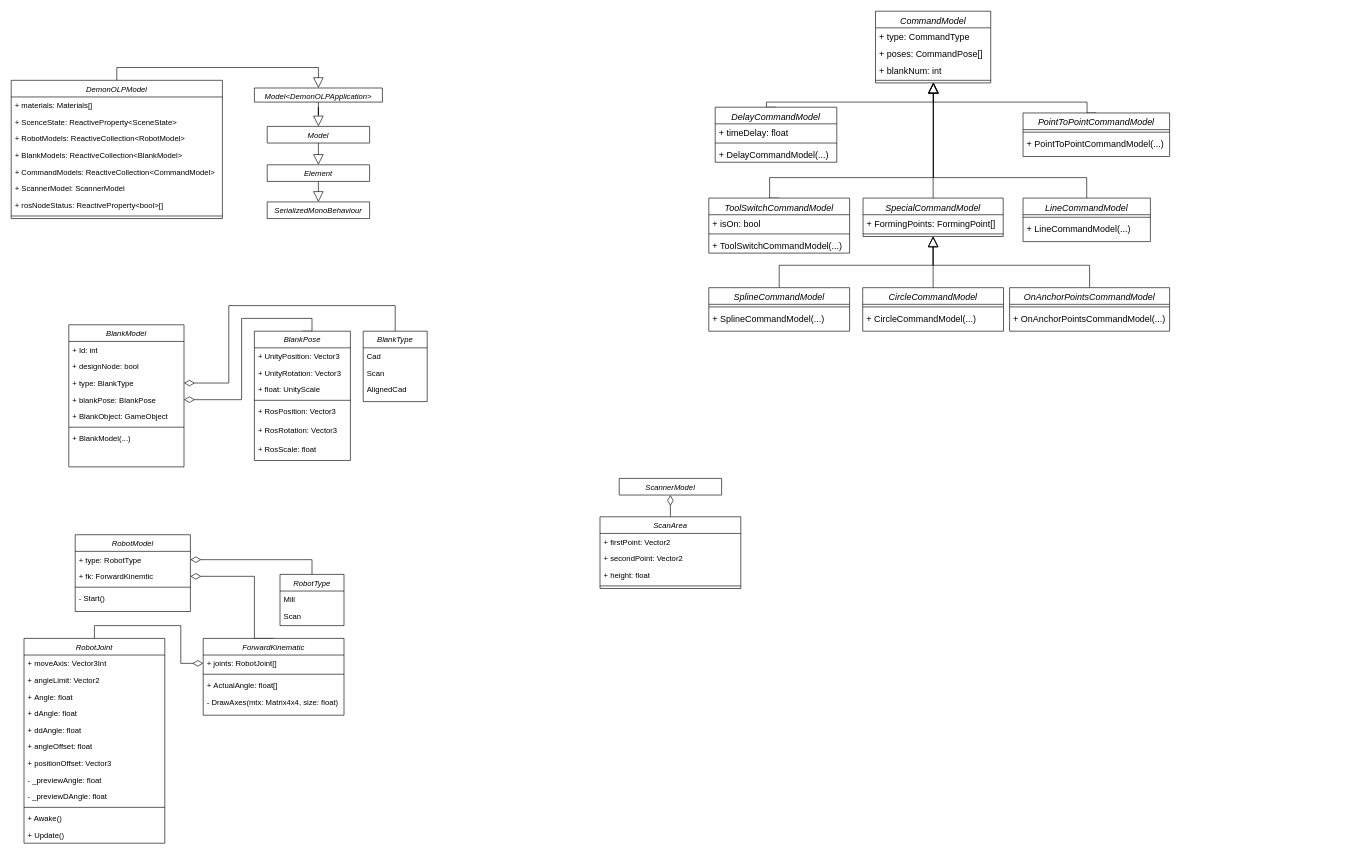
Before: UIElementsSchema/Диаграмма без названия.drawio in zik-888/DemonOLP, a draw.io diagram. Source tidied: cells renumbered, new cells numbered last; positions are measured from the earlier drawing's top-left corner, leaving out a move shared by most shapes. Both pictures are drawn from the tidied source at 64%, with x=0, y=0 at pixel (11, 11).
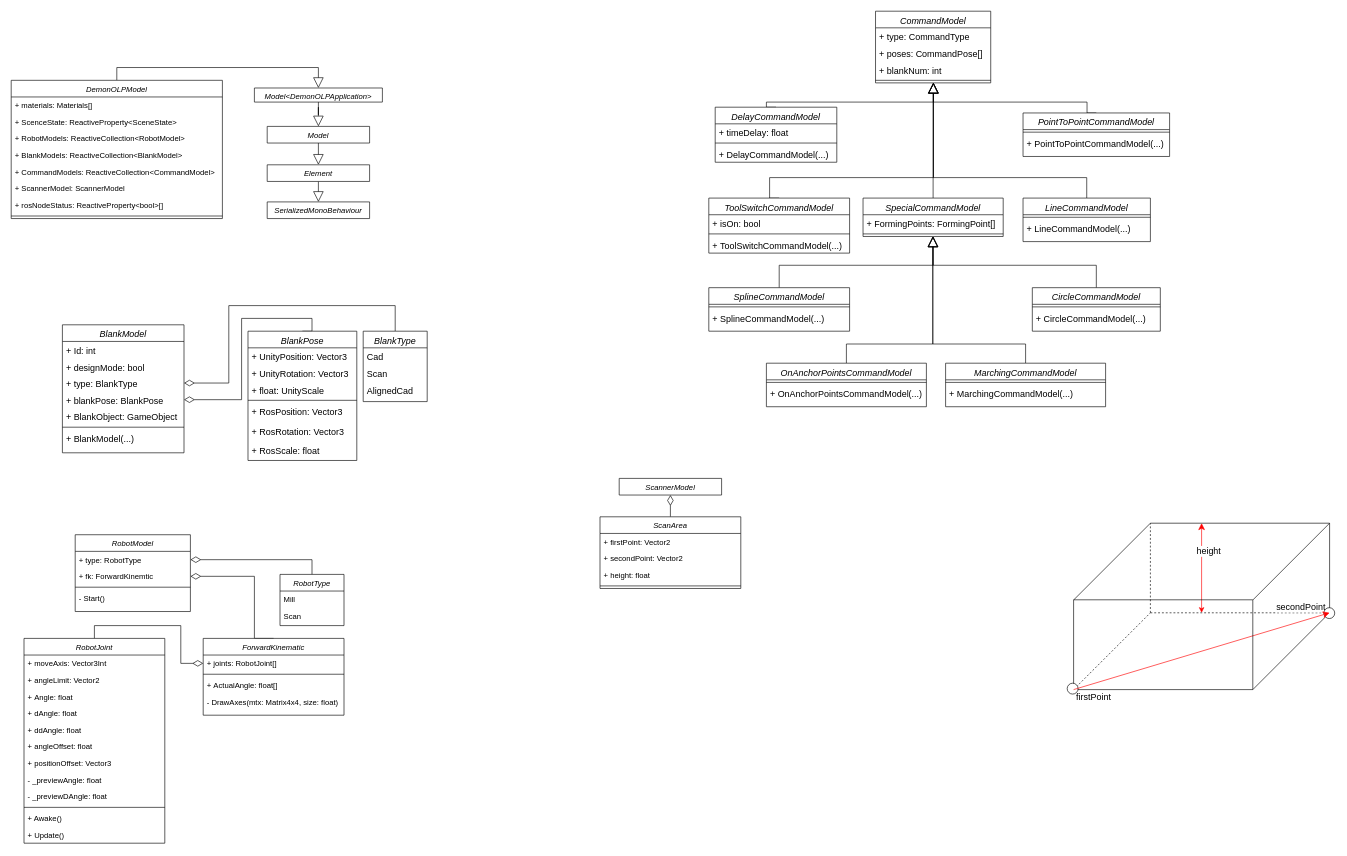
The same page after the edit.

Unchanged cells that the change refers to:
```xml
<mxCell id="37" value="SpecialCommandModel" style="swimlane;fontStyle=2;align=center;verticalAlign=top;horizontal=1;startSize=26;rounded=0;shadow=0;strokeWidth=1;fontSize=14;" parent="1" vertex="1">
  <mxGeometry x="1331" y="292" width="219" height="60" as="geometry" />
</mxCell>
```

Diff of the diagram source:
```diff
@@
+    <mxCell id="116" style="endArrow=classic;startArrow=classic;html=1;fontSize=14;fontColor=#FF3E17;endSize=8;strokeColor=#FF0000;" parent="1" edge="1">
+      <mxGeometry relative="1" as="geometry">
+        <mxPoint x="1860" y="940" as="sourcePoint" />
+        <mxPoint x="1860" y="800" as="targetPoint" />
+      </mxGeometry>
+    </mxCell>
+    <mxCell id="117" value="&lt;font color=&quot;#000000&quot;&gt;height&lt;/font&gt;" style="edgeLabel;html=1;align=center;verticalAlign=middle;fontSize=14;fontColor=#FF3E17;" parent="116" vertex="1">
+      <mxGeometry x="0.35" y="2" relative="1" as="geometry">
+        <mxPoint x="12" y="-2" as="offset" />
+      </mxGeometry>
+    </mxCell>
+    <mxCell id="118" style="endArrow=none;dashed=1;html=1;fontSize=14;endSize=14;" parent="1" edge="1">
+      <mxGeometry relative="1" as="geometry">
+        <mxPoint x="1780" y="940" as="sourcePoint" />
+        <mxPoint x="2060" y="940" as="targetPoint" />
+      </mxGeometry>
+    </mxCell>
+    <mxCell id="119" value="&lt;font color=&quot;#000000&quot;&gt;secondPoint&lt;/font&gt;" style="edgeLabel;html=1;align=center;verticalAlign=middle;fontSize=14;fontColor=#FF3E17;" parent="118" vertex="1">
+      <mxGeometry x="0.67" y="-2" relative="1" as="geometry">
+        <mxPoint y="-12" as="offset" />
+      </mxGeometry>
+    </mxCell>
+    <mxCell id="120" style="endArrow=none;dashed=1;html=1;fontSize=14;endSize=14;" parent="1" edge="1">
+      <mxGeometry relative="1" as="geometry">
+        <mxPoint x="1660" y="1060" as="sourcePoint" />
+        <mxPoint x="1780" y="940" as="targetPoint" />
+      </mxGeometry>
+    </mxCell>
+    <mxCell id="121" style="endArrow=none;html=1;fontSize=14;endSize=14;" parent="1" edge="1">
+      <mxGeometry relative="1" as="geometry">
+        <mxPoint x="1660" y="1060" as="sourcePoint" />
+        <mxPoint x="1940" y="1060" as="targetPoint" />
+      </mxGeometry>
+    </mxCell>
+    <mxCell id="122" value="&lt;font color=&quot;#000000&quot;&gt;firstPoint&lt;/font&gt;" style="edgeLabel;html=1;align=center;verticalAlign=middle;fontSize=14;fontColor=#FF3E17;" parent="121" vertex="1">
+      <mxGeometry x="-0.81" y="-2" relative="1" as="geometry">
+        <mxPoint x="3" y="9" as="offset" />
+      </mxGeometry>
+    </mxCell>
+    <mxCell id="123" style="endArrow=none;html=1;fontSize=14;fontColor=#FF3E17;endSize=8;strokeColor=#000000;" parent="1" edge="1">
+      <mxGeometry relative="1" as="geometry">
+        <mxPoint x="1660" y="1060" as="sourcePoint" />
+        <mxPoint x="1660" y="920" as="targetPoint" />
+      </mxGeometry>
+    </mxCell>
+    <mxCell id="124" style="endArrow=none;html=1;fontSize=14;endSize=14;" parent="1" edge="1">
+      <mxGeometry relative="1" as="geometry">
+        <mxPoint x="1940" y="1060" as="sourcePoint" />
+        <mxPoint x="2060" y="940" as="targetPoint" />
+      </mxGeometry>
+    </mxCell>
+    <mxCell id="125" style="endArrow=none;html=1;fontSize=14;fontColor=#FF3E17;endSize=8;strokeColor=#000000;" parent="1" edge="1">
+      <mxGeometry relative="1" as="geometry">
+        <mxPoint x="2060" y="940" as="sourcePoint" />
+        <mxPoint x="2060" y="800" as="targetPoint" />
+      </mxGeometry>
+    </mxCell>
+    <mxCell id="126" style="ellipse;whiteSpace=wrap;html=1;fontSize=14;fontColor=#FF3E17;" parent="1" vertex="1">
+      <mxGeometry x="1650" y="1050" width="17" height="17" as="geometry" />
+    </mxCell>
+    <mxCell id="127" style="ellipse;whiteSpace=wrap;html=1;fontSize=14;fontColor=#FF3E17;" parent="1" vertex="1">
+      <mxGeometry x="2051" y="932" width="17" height="17" as="geometry" />
+    </mxCell>
@@
-    <mxCell id="19" value="BlankModel" style="swimlane;fontStyle=2;align=center;verticalAlign=top;horizontal=1;startSize=26;rounded=0;shadow=0;strokeWidth=1;" parent="1" vertex="1">
-      <mxGeometry x="90" y="490" width="180" height="222" as="geometry" />
+    <mxCell id="19" value="BlankModel" style="swimlane;fontStyle=2;align=center;verticalAlign=top;horizontal=1;startSize=26;rounded=0;shadow=0;strokeWidth=1;fontSize=14;" parent="1" vertex="1">
+      <mxGeometry x="80" y="490" width="190" height="200" as="geometry" />
     </mxCell>
-    <mxCell id="20" value="+ Id: int" style="text;align=left;verticalAlign=top;spacingLeft=4;spacingRight=4;overflow=hidden;" parent="19" vertex="1">
-      <mxGeometry y="26" width="180" height="26" as="geometry" />
+    <mxCell id="20" value="+ Id: int" style="text;align=left;verticalAlign=top;spacingLeft=4;spacingRight=4;overflow=hidden;fontSize=14;" parent="19" vertex="1">
+      <mxGeometry y="26" width="190" height="26" as="geometry" />
     </mxCell>
-    <mxCell id="21" value="+ designNode: bool" style="text;align=left;verticalAlign=top;spacingLeft=4;spacingRight=4;overflow=hidden;rounded=0;shadow=0;html=0;" parent="19" vertex="1">
-      <mxGeometry y="52" width="180" height="26" as="geometry" />
+    <mxCell id="21" value="+ designMode: bool" style="text;align=left;verticalAlign=top;spacingLeft=4;spacingRight=4;overflow=hidden;rounded=0;shadow=0;html=0;fontSize=14;" parent="19" vertex="1">
+      <mxGeometry y="52" width="190" height="26" as="geometry" />
     </mxCell>
-    <mxCell id="22" value="+ type: BlankType" style="text;align=left;verticalAlign=top;spacingLeft=4;spacingRight=4;overflow=hidden;points=[[0,0.5],[1,0.5]];portConstraint=eastwest;rounded=0;shadow=0;html=0;" parent="19" vertex="1">
-      <mxGeometry y="78" width="180" height="26" as="geometry" />
+    <mxCell id="22" value="+ type: BlankType" style="text;align=left;verticalAlign=top;spacingLeft=4;spacingRight=4;overflow=hidden;points=[[0,0.5],[1,0.5]];portConstraint=eastwest;rounded=0;shadow=0;html=0;fontSize=14;" parent="19" vertex="1">
+      <mxGeometry y="78" width="190" height="26" as="geometry" />
     </mxCell>
-    <mxCell id="23" value="+ blankPose: BlankPose" style="text;align=left;verticalAlign=top;spacingLeft=4;spacingRight=4;overflow=hidden;points=[[0,0.5],[1,0.5]];portConstraint=eastwest;rounded=0;shadow=0;html=0;" parent="19" vertex="1">
-      <mxGeometry y="104" width="180" height="26" as="geometry" />
+    <mxCell id="23" value="+ blankPose: BlankPose" style="text;align=left;verticalAlign=top;spacingLeft=4;spacingRight=4;overflow=hidden;points=[[0,0.5],[1,0.5]];portConstraint=eastwest;rounded=0;shadow=0;html=0;fontSize=14;" parent="19" vertex="1">
+      <mxGeometry y="104" width="190" height="26" as="geometry" />
     </mxCell>
-    <mxCell id="24" value="+ BlankObject: GameObject" style="text;align=left;verticalAlign=top;spacingLeft=4;spacingRight=4;overflow=hidden;rounded=0;shadow=0;html=0;" parent="19" vertex="1">
-      <mxGeometry y="130" width="180" height="26" as="geometry" />
+    <mxCell id="24" value="+ BlankObject: GameObject" style="text;align=left;verticalAlign=top;spacingLeft=4;spacingRight=4;overflow=hidden;rounded=0;shadow=0;html=0;fontSize=14;" parent="19" vertex="1">
+      <mxGeometry y="130" width="190" height="26" as="geometry" />
     </mxCell>
-    <mxCell id="25" style="line;html=1;strokeWidth=1;align=left;verticalAlign=middle;spacingTop=-1;spacingLeft=3;spacingRight=3;labelPosition=right;" parent="19" vertex="1">
-      <mxGeometry y="156" width="180" height="8" as="geometry" />
+    <mxCell id="25" style="line;html=1;strokeWidth=1;align=left;verticalAlign=middle;spacingTop=-1;spacingLeft=3;spacingRight=3;labelPosition=right;fontSize=14;" parent="19" vertex="1">
+      <mxGeometry y="156" width="190" height="8" as="geometry" />
     </mxCell>
-    <mxCell id="26" value="+ BlankModel(...)" style="text;align=left;verticalAlign=top;spacingLeft=4;spacingRight=4;overflow=hidden;rounded=0;shadow=0;html=0;" parent="19" vertex="1">
-      <mxGeometry y="164" width="180" height="30" as="geometry" />
+    <mxCell id="26" value="+ BlankModel(...)" style="text;align=left;verticalAlign=top;spacingLeft=4;spacingRight=4;overflow=hidden;rounded=0;shadow=0;html=0;fontSize=14;" parent="19" vertex="1">
+      <mxGeometry y="164" width="190" height="30" as="geometry" />
     </mxCell>
@@
-    <mxCell id="40" style="edgeStyle=orthogonalEdgeStyle;rounded=0;jettySize=auto;html=1;exitX=0.5;exitY=0;exitDx=0;exitDy=0;entryX=0.5;entryY=1;entryDx=0;entryDy=0;endArrow=block;endFill=0;endSize=14;fontSize=14;" parent="1" edge="1" source="41" target="37">
-      <mxGeometry relative="1" as="geometry" />
+    <mxCell id="40" style="edgeStyle=orthogonalEdgeStyle;rounded=0;jettySize=auto;html=1;exitX=0.5;exitY=0;exitDx=0;exitDy=0;endArrow=block;endFill=0;endSize=14;" parent="1" edge="1" source="41" target="37">
+      <mxGeometry relative="1" as="geometry">
+        <Array as="points">
+          <mxPoint x="1305" y="520" />
+          <mxPoint x="1440" y="520" />
+        </Array>
+      </mxGeometry>
     </mxCell>
     <mxCell id="41" value="OnAnchorPointsCommandModel" style="swimlane;fontStyle=2;align=center;verticalAlign=top;horizontal=1;startSize=26;rounded=0;shadow=0;strokeWidth=1;fontSize=14;" parent="1" vertex="1">
-      <mxGeometry x="1560" y="432" width="250" height="68" as="geometry" />
+      <mxGeometry x="1180" y="550" width="250" height="68" as="geometry" />
     </mxCell>
@@
-    <mxCell id="44" style="edgeStyle=orthogonalEdgeStyle;rounded=0;jettySize=auto;html=1;exitX=0.5;exitY=0;exitDx=0;exitDy=0;entryX=0.5;entryY=1;entryDx=0;entryDy=0;endArrow=block;endFill=0;endSize=14;fontSize=14;" parent="1" edge="1" source="45" target="37">
+    <mxCell id="44" style="edgeStyle=orthogonalEdgeStyle;rounded=0;jettySize=auto;html=1;exitX=0.5;exitY=0;exitDx=0;exitDy=0;endArrow=block;endFill=0;endSize=14;fontSize=14;" parent="1" edge="1" source="45" target="37">
       <mxGeometry relative="1" as="geometry" />
     </mxCell>
     <mxCell id="45" value="CircleCommandModel" style="swimlane;fontStyle=2;align=center;verticalAlign=top;horizontal=1;startSize=26;rounded=0;shadow=0;strokeWidth=1;fontSize=14;" parent="1" vertex="1">
-      <mxGeometry x="1330.5" y="432" width="220" height="68" as="geometry" />
+      <mxGeometry x="1595.5" y="432" width="200" height="68" as="geometry" />
     </mxCell>
     <mxCell id="46" style="line;html=1;strokeWidth=1;align=left;verticalAlign=middle;spacingTop=-1;spacingLeft=3;spacingRight=3;labelPosition=right;fontSize=14;" parent="45" vertex="1">
-      <mxGeometry y="26" width="220" height="8" as="geometry" />
+      <mxGeometry y="26" width="200" height="8" as="geometry" />
     </mxCell>
     <mxCell id="47" value="+ CircleCommandModel(...)" style="text;align=left;verticalAlign=top;spacingLeft=4;spacingRight=4;overflow=hidden;rounded=0;shadow=0;html=0;fontSize=14;" parent="45" vertex="1">
-      <mxGeometry y="34" width="220" height="26" as="geometry" />
+      <mxGeometry y="34" width="200" height="26" as="geometry" />
     </mxCell>
@@
-    <mxCell id="67" value="BlankPose" style="swimlane;fontStyle=2;align=center;verticalAlign=top;horizontal=1;startSize=26;rounded=0;shadow=0;strokeWidth=1;" parent="1" vertex="1">
-      <mxGeometry x="380" y="500" width="150" height="202" as="geometry" />
+    <mxCell id="67" value="BlankPose" style="swimlane;fontStyle=2;align=center;verticalAlign=top;horizontal=1;startSize=26;rounded=0;shadow=0;strokeWidth=1;fontSize=14;" parent="1" vertex="1">
+      <mxGeometry x="370" y="500" width="170" height="202" as="geometry" />
     </mxCell>
-    <mxCell id="68" value="+ UnityPosition: Vector3" style="text;align=left;verticalAlign=top;spacingLeft=4;spacingRight=4;overflow=hidden;" parent="67" vertex="1">
-      <mxGeometry y="26" width="150" height="26" as="geometry" />
+    <mxCell id="68" value="+ UnityPosition: Vector3" style="text;align=left;verticalAlign=top;spacingLeft=4;spacingRight=4;overflow=hidden;fontSize=14;" parent="67" vertex="1">
+      <mxGeometry y="26" width="170" height="26" as="geometry" />
     </mxCell>
-    <mxCell id="69" value="+ UnityRotation: Vector3" style="text;align=left;verticalAlign=top;spacingLeft=4;spacingRight=4;overflow=hidden;rounded=0;shadow=0;html=0;" parent="67" vertex="1">
-      <mxGeometry y="52" width="150" height="26" as="geometry" />
+    <mxCell id="69" value="+ UnityRotation: Vector3" style="text;align=left;verticalAlign=top;spacingLeft=4;spacingRight=4;overflow=hidden;rounded=0;shadow=0;html=0;fontSize=14;" parent="67" vertex="1">
+      <mxGeometry y="52" width="170" height="26" as="geometry" />
     </mxCell>
-    <mxCell id="70" value="+ float: UnityScale" style="text;align=left;verticalAlign=top;spacingLeft=4;spacingRight=4;overflow=hidden;rounded=0;shadow=0;html=0;" parent="67" vertex="1">
-      <mxGeometry y="78" width="150" height="26" as="geometry" />
+    <mxCell id="70" value="+ float: UnityScale" style="text;align=left;verticalAlign=top;spacingLeft=4;spacingRight=4;overflow=hidden;rounded=0;shadow=0;html=0;fontSize=14;" parent="67" vertex="1">
+      <mxGeometry y="78" width="170" height="26" as="geometry" />
     </mxCell>
-    <mxCell id="71" style="line;html=1;strokeWidth=1;align=left;verticalAlign=middle;spacingTop=-1;spacingLeft=3;spacingRight=3;labelPosition=right;" parent="67" vertex="1">
-      <mxGeometry y="104" width="150" height="8" as="geometry" />
+    <mxCell id="71" style="line;html=1;strokeWidth=1;align=left;verticalAlign=middle;spacingTop=-1;spacingLeft=3;spacingRight=3;labelPosition=right;fontSize=14;" parent="67" vertex="1">
+      <mxGeometry y="104" width="170" height="8" as="geometry" />
     </mxCell>
-    <mxCell id="72" value="+ RosPosition: Vector3" style="text;align=left;verticalAlign=top;spacingLeft=4;spacingRight=4;overflow=hidden;rounded=0;shadow=0;html=0;" parent="67" vertex="1">
-      <mxGeometry y="112" width="150" height="30" as="geometry" />
+    <mxCell id="72" value="+ RosPosition: Vector3" style="text;align=left;verticalAlign=top;spacingLeft=4;spacingRight=4;overflow=hidden;rounded=0;shadow=0;html=0;fontSize=14;" parent="67" vertex="1">
+      <mxGeometry y="112" width="170" height="30" as="geometry" />
     </mxCell>
-    <mxCell id="73" value="+ RosRotation: Vector3" style="text;align=left;verticalAlign=top;spacingLeft=4;spacingRight=4;overflow=hidden;rounded=0;shadow=0;html=0;" parent="67" vertex="1">
-      <mxGeometry y="142" width="150" height="30" as="geometry" />
+    <mxCell id="73" value="+ RosRotation: Vector3" style="text;align=left;verticalAlign=top;spacingLeft=4;spacingRight=4;overflow=hidden;rounded=0;shadow=0;html=0;fontSize=14;" parent="67" vertex="1">
+      <mxGeometry y="142" width="170" height="30" as="geometry" />
     </mxCell>
-    <mxCell id="74" value="+ RosScale: float" style="text;align=left;verticalAlign=top;spacingLeft=4;spacingRight=4;overflow=hidden;rounded=0;shadow=0;html=0;" parent="67" vertex="1">
-      <mxGeometry y="172" width="150" height="30" as="geometry" />
+    <mxCell id="74" value="+ RosScale: float" style="text;align=left;verticalAlign=top;spacingLeft=4;spacingRight=4;overflow=hidden;rounded=0;shadow=0;html=0;fontSize=14;" parent="67" vertex="1">
+      <mxGeometry y="172" width="170" height="30" as="geometry" />
     </mxCell>
@@
-    <mxCell id="76" value="BlankType" style="swimlane;fontStyle=2;align=center;verticalAlign=top;horizontal=1;startSize=26;rounded=0;shadow=0;strokeWidth=1;" parent="1" vertex="1">
+    <mxCell id="76" value="BlankType" style="swimlane;fontStyle=2;align=center;verticalAlign=top;horizontal=1;startSize=26;rounded=0;shadow=0;strokeWidth=1;fontSize=14;" parent="1" vertex="1">
       <mxGeometry x="550" y="500" width="100" height="110" as="geometry" />
     </mxCell>
-    <mxCell id="77" value="Cad" style="text;align=left;verticalAlign=top;spacingLeft=4;spacingRight=4;overflow=hidden;" parent="76" vertex="1">
+    <mxCell id="77" value="Cad" style="text;align=left;verticalAlign=top;spacingLeft=4;spacingRight=4;overflow=hidden;fontSize=14;" parent="76" vertex="1">
       <mxGeometry y="26" width="100" height="26" as="geometry" />
     </mxCell>
-    <mxCell id="78" value="Scan" style="text;align=left;verticalAlign=top;spacingLeft=4;spacingRight=4;overflow=hidden;rounded=0;shadow=0;html=0;" parent="76" vertex="1">
+    <mxCell id="78" value="Scan" style="text;align=left;verticalAlign=top;spacingLeft=4;spacingRight=4;overflow=hidden;rounded=0;shadow=0;html=0;fontSize=14;" parent="76" vertex="1">
       <mxGeometry y="52" width="100" height="26" as="geometry" />
     </mxCell>
-    <mxCell id="79" value="AlignedCad" style="text;align=left;verticalAlign=top;spacingLeft=4;spacingRight=4;overflow=hidden;rounded=0;shadow=0;html=0;" parent="76" vertex="1">
+    <mxCell id="79" value="AlignedCad" style="text;align=left;verticalAlign=top;spacingLeft=4;spacingRight=4;overflow=hidden;rounded=0;shadow=0;html=0;fontSize=14;" parent="76" vertex="1">
       <mxGeometry y="78" width="100" height="26" as="geometry" />
     </mxCell>
@@
+    <mxCell id="128" style="edgeStyle=orthogonalEdgeStyle;rounded=0;jettySize=auto;html=1;exitX=0.5;exitY=0;exitDx=0;exitDy=0;endArrow=block;endFill=0;endSize=14;" parent="1" edge="1" source="129" target="37">
+      <mxGeometry relative="1" as="geometry">
+        <Array as="points">
+          <mxPoint x="1585" y="520" />
+          <mxPoint x="1440" y="520" />
+        </Array>
+      </mxGeometry>
+    </mxCell>
+    <mxCell id="129" value="MarchingCommandModel" style="swimlane;fontStyle=2;align=center;verticalAlign=top;horizontal=1;startSize=26;rounded=0;shadow=0;strokeWidth=1;fontSize=14;" parent="1" vertex="1">
+      <mxGeometry x="1460" y="550" width="250" height="68" as="geometry" />
+    </mxCell>
+    <mxCell id="130" style="line;html=1;strokeWidth=1;align=left;verticalAlign=middle;spacingTop=-1;spacingLeft=3;spacingRight=3;labelPosition=right;fontSize=14;" parent="129" vertex="1">
+      <mxGeometry y="26" width="250" height="8" as="geometry" />
+    </mxCell>
+    <mxCell id="131" value="+ MarchingCommandModel(...)" style="text;align=left;verticalAlign=top;spacingLeft=4;spacingRight=4;overflow=hidden;rounded=0;shadow=0;html=0;fontSize=14;" parent="129" vertex="1">
+      <mxGeometry y="34" width="250" height="26" as="geometry" />
+    </mxCell>
+    <mxCell id="132" style="endArrow=classic;html=1;fontSize=14;endSize=8;strokeColor=#FF0000;" parent="1" edge="1">
+      <mxGeometry relative="1" as="geometry">
+        <mxPoint x="1660" y="1060" as="sourcePoint" />
+        <mxPoint x="2060" y="940" as="targetPoint" />
+      </mxGeometry>
+    </mxCell>
+    <mxCell id="133" style="endArrow=none;dashed=1;html=1;fontSize=14;fontColor=#FF3E17;endSize=8;" parent="1" edge="1">
+      <mxGeometry relative="1" as="geometry">
+        <mxPoint x="1780" y="940" as="sourcePoint" />
+        <mxPoint x="1780" y="800" as="targetPoint" />
+      </mxGeometry>
+    </mxCell>
+    <mxCell id="134" style="endArrow=none;html=1;fontSize=14;fontColor=#FF3E17;endSize=8;strokeColor=#000000;" parent="1" edge="1">
+      <mxGeometry relative="1" as="geometry">
+        <mxPoint x="1780" y="800" as="sourcePoint" />
+        <mxPoint x="2060" y="800" as="targetPoint" />
+      </mxGeometry>
+    </mxCell>
+    <mxCell id="135" style="endArrow=none;html=1;fontSize=14;fontColor=#FF3E17;endSize=8;strokeColor=#000000;" parent="1" edge="1">
+      <mxGeometry relative="1" as="geometry">
+        <mxPoint x="1660" y="920" as="sourcePoint" />
+        <mxPoint x="1780" y="800" as="targetPoint" />
+      </mxGeometry>
+    </mxCell>
+    <mxCell id="136" style="endArrow=none;html=1;fontSize=14;fontColor=#FF3E17;endSize=8;strokeColor=#000000;" parent="1" edge="1">
+      <mxGeometry relative="1" as="geometry">
+        <mxPoint x="1940" y="919.7" as="sourcePoint" />
+        <mxPoint x="1660" y="919.7" as="targetPoint" />
+      </mxGeometry>
+    </mxCell>
+    <mxCell id="137" style="endArrow=none;html=1;fontSize=14;fontColor=#FF3E17;endSize=8;strokeColor=#000000;" parent="1" edge="1">
+      <mxGeometry relative="1" as="geometry">
+        <mxPoint x="1940" y="920" as="sourcePoint" />
+        <mxPoint x="2060" y="800" as="targetPoint" />
+      </mxGeometry>
+    </mxCell>
+    <mxCell id="138" style="endArrow=none;html=1;fontSize=14;fontColor=#FF3E17;endSize=8;strokeColor=#000000;" parent="1" edge="1">
+      <mxGeometry relative="1" as="geometry">
+        <mxPoint x="1940" y="1060" as="sourcePoint" />
+        <mxPoint x="1940" y="920" as="targetPoint" />
+      </mxGeometry>
+    </mxCell>
```
